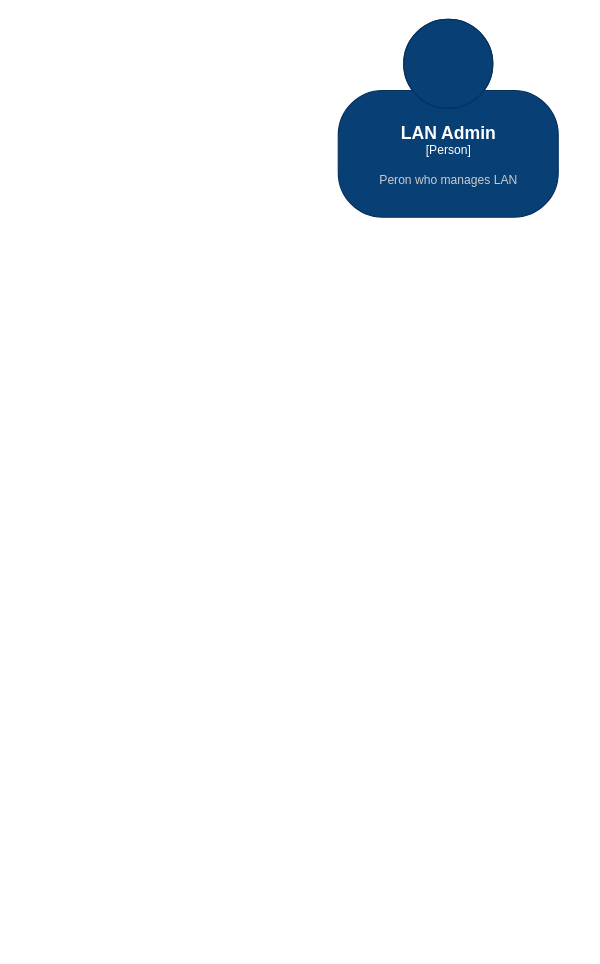
coderhh/lan-management keeps this draw.io diagram as page "System Context" (2 of 4) of LAN_Management_System_Design.drawio. Above is the earlier version. Source tidied: cells renumbered, new cells numbered last; positions are measured from the earlier drawing's top-left corner, leaving out a move shared by most shapes. Both pictures are drawn from the tidied source at 110%, with x=0, y=0 at pixel (338, 19).
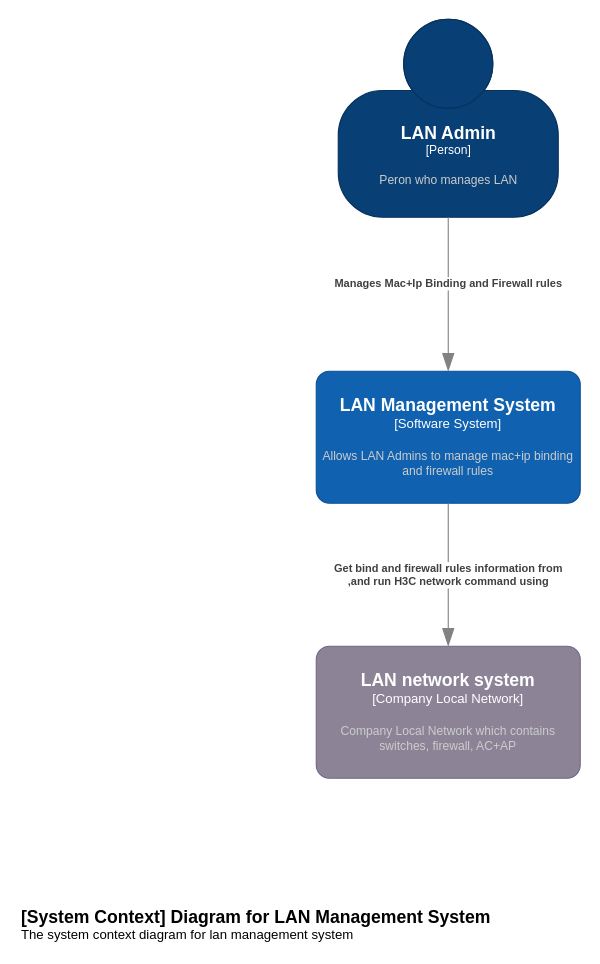
After the change.

The edit, as a diff of the source:
```diff
@@
 <mxGraphModel>
   <root>
     <mxCell id="0" />
     <mxCell id="1" parent="0" />
     <object id="2" label="&lt;font style=&quot;font-size: 16px&quot;&gt;&lt;b&gt;%c4Name%&lt;/b&gt;&lt;/font&gt;&lt;div&gt;[%c4Type%]&lt;/div&gt;&lt;br&gt;&lt;div&gt;&lt;font style=&quot;font-size: 11px&quot;&gt;&lt;font color=&quot;#cccccc&quot;&gt;%c4Description%&lt;/font&gt;&lt;/div&gt;" c4Description="Peron who manages LAN" c4Name="LAN Admin" c4Type="Person" placeholders="1">
       <mxCell style="html=1;fontSize=11;dashed=0;whitespace=wrap;fillColor=#083F75;strokeColor=#06315C;fontColor=#ffffff;shape=mxgraph.c4.person2;align=center;" parent="1" vertex="1">
         <mxGeometry width="200" height="180" as="geometry" />
       </mxCell>
     </object>
+    <object id="3" label="&lt;font style=&quot;font-size: 16px&quot;&gt;&lt;b&gt;%c4Name%&lt;/b&gt;&lt;/font&gt;&lt;div&gt;[%c4Type%]&lt;/div&gt;&lt;br&gt;&lt;div&gt;&lt;font style=&quot;font-size: 11px&quot;&gt;&lt;font color=&quot;#cccccc&quot;&gt;%c4Description%&lt;/font&gt;&lt;/div&gt;" c4Description="Allows LAN Admins to manage mac+ip binding and firewall rules&#10;" c4Name="LAN Management System" c4Type="Software System" placeholders="1">
+      <mxCell style="rounded=1;whiteSpace=wrap;html=1;labelBackgroundColor=none;fillColor=#1061B0;fontColor=#ffffff;align=center;arcSize=10;strokeColor=#0D5091;points=[[0.25,0,0],[0.5,0,0],[0.75,0,0],[1,0.25,0],[1,0.5,0],[1,0.75,0],[0.75,1,0],[0.5,1,0],[0.25,1,0],[0,0.75,0],[0,0.5,0],[0,0.25,0]];" parent="1" vertex="1">
+        <mxGeometry x="-20" y="320" width="240" height="120" as="geometry" />
+      </mxCell>
+    </object>
+    <object id="4" label="&lt;font style=&quot;font-size: 16px&quot;&gt;&lt;b&gt;&lt;div style=&quot;text-align: left&quot;&gt;%c4Name%&lt;/div&gt;&lt;/b&gt;&lt;/font&gt;&lt;div style=&quot;text-align: left&quot;&gt;%c4Description%&lt;/div&gt;" c4Description="The system context diagram for lan management system" c4Name="[System Context] Diagram for LAN Management System" placeholders="1">
+      <mxCell style="text;html=1;strokeColor=none;fillColor=none;align=left;verticalAlign=top;whiteSpace=wrap;rounded=0;" parent="1" vertex="1">
+        <mxGeometry x="-290" y="800" width="470" height="40" as="geometry" />
+      </mxCell>
+    </object>
+    <object id="5" label="&lt;font style=&quot;font-size: 16px&quot;&gt;&lt;b&gt;%c4Name%&lt;/b&gt;&lt;/font&gt;&lt;div&gt;[%c4Type%]&lt;/div&gt;&lt;br&gt;&lt;div&gt;&lt;font style=&quot;font-size: 11px&quot;&gt;&lt;font color=&quot;#cccccc&quot;&gt;%c4Description%&lt;/font&gt;&lt;/div&gt;" c4Description="Company Local Network which contains switches, firewall, AC+AP" c4Name="LAN network system" c4Type="Company Local Network" placeholders="1">
+      <mxCell style="rounded=1;whiteSpace=wrap;html=1;labelBackgroundColor=none;fillColor=#8C8496;fontColor=#ffffff;align=center;arcSize=10;strokeColor=#736782;points=[[0.25,0,0],[0.5,0,0],[0.75,0,0],[1,0.25,0],[1,0.5,0],[1,0.75,0],[0.75,1,0],[0.5,1,0],[0.25,1,0],[0,0.75,0],[0,0.5,0],[0,0.25,0]];" parent="1" vertex="1">
+        <mxGeometry x="-20" y="570" width="240" height="120" as="geometry" />
+      </mxCell>
+    </object>
+    <object id="6" label="&lt;div style=&quot;text-align: left&quot;&gt;&lt;div style=&quot;text-align: center&quot;&gt;&lt;b&gt;%c4Description%&lt;/b&gt;&lt;/div&gt;" c4Description="Manages Mac+Ip Binding and Firewall rules" placeholders="1">
+      <mxCell style="endArrow=blockThin;html=1;fontSize=10;fontColor=#404040;strokeWidth=1;endFill=1;strokeColor=#828282;elbow=vertical;endSize=14;startSize=14;jumpStyle=arc;jumpSize=16;rounded=0;edgeStyle=orthogonalEdgeStyle;entryX=0.5;entryY=0;entryDx=0;entryDy=0;entryPerimeter=0;" parent="1" edge="1" target="3">
+        <mxGeometry x="-0.14" relative="1" as="geometry">
+          <mxPoint x="100" y="180" as="sourcePoint" />
+          <Array as="points">
+            <mxPoint x="100" y="260" />
+            <mxPoint x="100" y="260" />
+          </Array>
+        </mxGeometry>
+      </mxCell>
+    </object>
+    <object id="7" label="&lt;div style=&quot;text-align: left&quot;&gt;&lt;div style=&quot;text-align: center&quot;&gt;&lt;b&gt;%c4Description%&lt;/b&gt;&lt;/div&gt;" c4Description="Get bind and firewall rules information from &#10;,and run H3C network command using" placeholders="1">
+      <mxCell style="endArrow=blockThin;html=1;fontSize=10;fontColor=#404040;strokeWidth=1;endFill=1;strokeColor=#828282;elbow=vertical;endSize=14;startSize=14;jumpStyle=arc;jumpSize=16;rounded=0;edgeStyle=orthogonalEdgeStyle;exitX=0.5;exitY=1;exitDx=0;exitDy=0;exitPerimeter=0;entryX=0.5;entryY=0;entryDx=0;entryDy=0;entryPerimeter=0;" parent="1" edge="1" source="3" target="5">
+        <mxGeometry relative="1" as="geometry" />
+      </mxCell>
+    </object>
   </root>
 </mxGraphModel>
```
